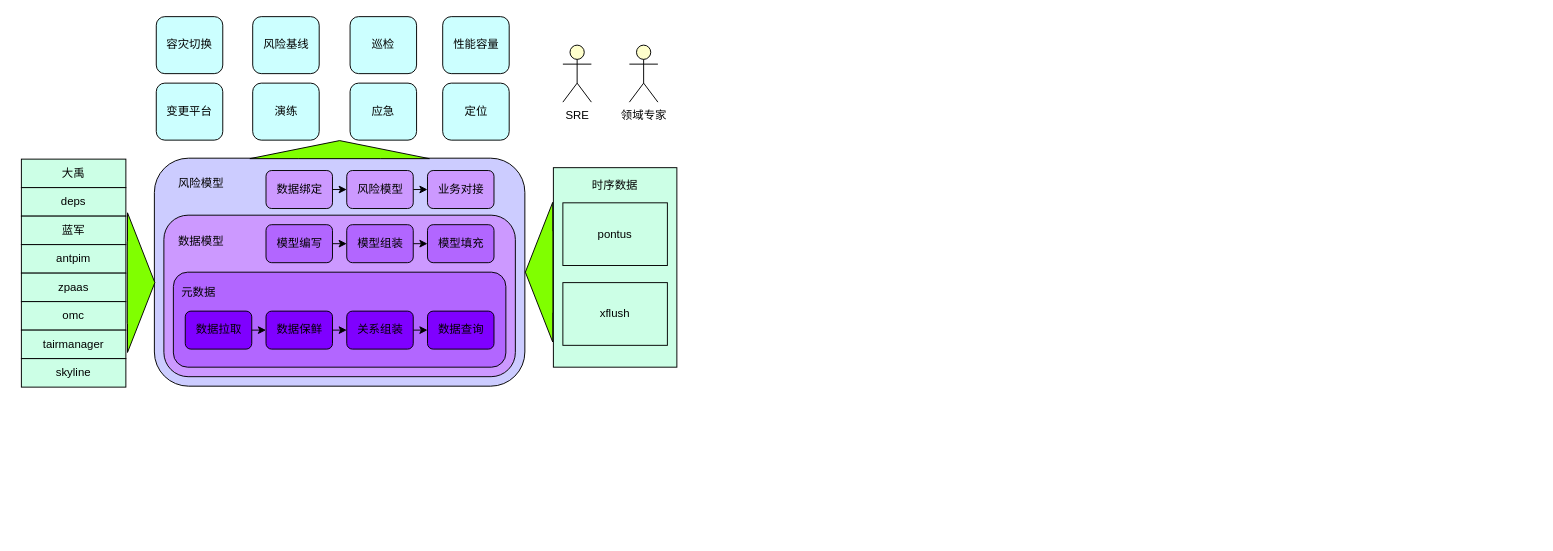
Earlier version of the draw.io diagram 元数据模型.drawio (frankneu/draw.io). Source tidied: cells renumbered, new cells numbered last; positions are measured from the earlier drawing's top-left corner, leaving out a move shared by most shapes. Both pictures are drawn from the tidied source at 95%, with x=0, y=0 at pixel (21, 16).
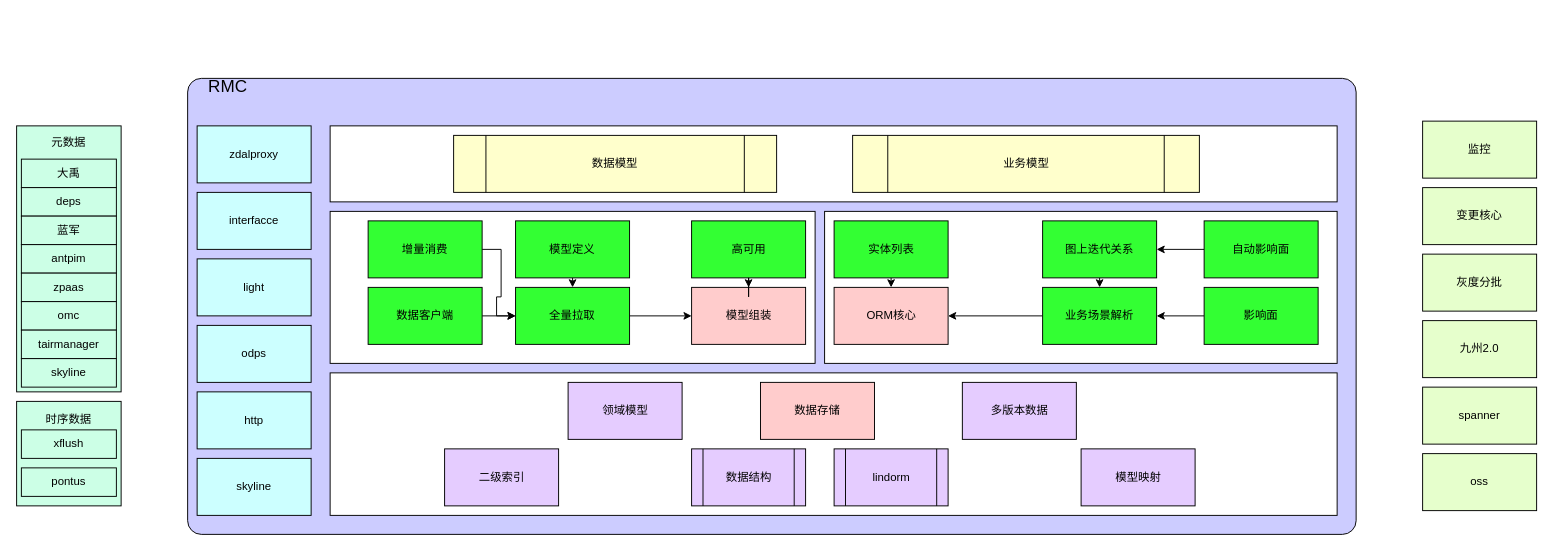
The same page after the edit.

Commit message:
Update 元数据模型.drawio

Diff of the diagram source:
```diff
@@
+    <mxCell id="46" value="&amp;nbsp; &amp;nbsp; &amp;nbsp; &lt;font style=&quot;font-size: 18px&quot;&gt;RMC&lt;/font&gt;&lt;br&gt;&lt;br&gt;&lt;br&gt;&lt;br&gt;&lt;br&gt;&lt;br&gt;&lt;br&gt;&lt;br&gt;&lt;br&gt;&lt;br&gt;&lt;br&gt;&lt;br&gt;&lt;br&gt;&lt;br&gt;&lt;br&gt;&lt;br&gt;&lt;br&gt;&lt;br&gt;&lt;br&gt;&lt;br&gt;&lt;br&gt;&lt;br&gt;&lt;br&gt;&lt;br&gt;&lt;br&gt;&lt;br&gt;&lt;br&gt;&lt;br&gt;&lt;br&gt;&lt;br&gt;&lt;br&gt;&lt;br&gt;&lt;br&gt;" style="rounded=1;whiteSpace=wrap;html=1;align=left;fillColor=#CCCCFF;arcSize=3;" parent="1" vertex="1">
+      <mxGeometry x="175" y="65" width="1230" height="480" as="geometry" />
+    </mxCell>
+    <mxCell id="9" value="元数据&lt;br&gt;&lt;br&gt;&lt;br&gt;&lt;br&gt;&lt;br&gt;&lt;br&gt;&lt;br&gt;&lt;br&gt;&lt;br&gt;&lt;br&gt;&lt;br&gt;&lt;br&gt;&lt;br&gt;&lt;br&gt;&lt;br&gt;&lt;br&gt;&lt;br&gt;&lt;br&gt;" style="rounded=0;whiteSpace=wrap;html=1;fillColor=#CCFFE6;" parent="1" vertex="1">
+      <mxGeometry x="-5" y="115" width="110" height="280" as="geometry" />
+    </mxCell>
-    <mxCell id="2" value="时序数据&lt;br&gt;&lt;br&gt;&lt;br&gt;&lt;br&gt;&lt;br&gt;&lt;br&gt;&lt;br&gt;&lt;br&gt;&lt;br&gt;&lt;br&gt;&lt;br&gt;&lt;br&gt;&lt;br&gt;" style="rounded=0;whiteSpace=wrap;html=1;fillColor=#CCFFE6;" parent="1" vertex="1">
-      <mxGeometry x="560" y="159" width="130" height="210" as="geometry" />
+    <mxCell id="2" value="时序数据&lt;br&gt;&lt;br&gt;&lt;br&gt;&lt;br&gt;&lt;br&gt;&lt;br&gt;" style="rounded=0;whiteSpace=wrap;html=1;fillColor=#CCFFE6;" parent="1" vertex="1">
+      <mxGeometry x="-5" y="405" width="110" height="110" as="geometry" />
     </mxCell>
-    <mxCell id="3" value="&amp;nbsp; &amp;nbsp; &amp;nbsp; &amp;nbsp;风险模型&lt;br&gt;&lt;br&gt;&lt;br&gt;&lt;br&gt;&lt;br&gt;&lt;br&gt;&lt;br&gt;&lt;br&gt;&lt;br&gt;&lt;br&gt;&lt;br&gt;&lt;br&gt;&lt;br&gt;&lt;br&gt;" style="rounded=1;whiteSpace=wrap;html=1;align=left;fillColor=#CCCCFF;" parent="1" vertex="1">
-      <mxGeometry x="140" y="149" width="390" height="240" as="geometry" />
-    </mxCell>
-    <mxCell id="4" value="变更平台" style="rounded=1;whiteSpace=wrap;html=1;fillColor=#CCFFFF;" parent="1" vertex="1">
-      <mxGeometry x="142" y="70" width="70" height="60" as="geometry" />
-    </mxCell>
-    <mxCell id="5" value="定位" style="rounded=1;whiteSpace=wrap;html=1;fillColor=#CCFFFF;" parent="1" vertex="1">
-      <mxGeometry x="443.5" y="70" width="70" height="60" as="geometry" />
-    </mxCell>
-    <mxCell id="6" value="巡检" style="rounded=1;whiteSpace=wrap;html=1;fillColor=#CCFFFF;" parent="1" vertex="1">
-      <mxGeometry x="346" width="70" height="60" as="geometry" />
-    </mxCell>
-    <mxCell id="7" value="风险基线" style="rounded=1;whiteSpace=wrap;html=1;fillColor=#CCFFFF;" parent="1" vertex="1">
-      <mxGeometry x="243.5" width="70" height="60" as="geometry" />
-    </mxCell>
-    <mxCell id="8" value="&amp;nbsp; &amp;nbsp; 数据模型&lt;br&gt;&amp;nbsp; &amp;nbsp;&amp;nbsp;&lt;br&gt;&lt;br&gt;&lt;br&gt;&lt;br&gt;&lt;br&gt;&lt;br&gt;&lt;br&gt;&lt;br&gt;" style="rounded=1;whiteSpace=wrap;html=1;align=left;fillColor=#CC99FF;" parent="1" vertex="1">
-      <mxGeometry x="150" y="209" width="370" height="170" as="geometry" />
-    </mxCell>
-    <mxCell id="9" value="&amp;nbsp; 元数据&lt;br&gt;&lt;br&gt;&lt;br&gt;&lt;br&gt;&lt;br&gt;" style="rounded=1;whiteSpace=wrap;html=1;align=left;fillColor=#B266FF;" parent="1" vertex="1">
-      <mxGeometry x="160" y="269" width="350" height="100" as="geometry" />
-    </mxCell>
     <mxCell id="10" value="大禹" style="rounded=0;whiteSpace=wrap;html=1;fillColor=#CCFFE6;" parent="1" vertex="1">
-      <mxGeometry y="150" width="110" height="30" as="geometry" />
+      <mxGeometry y="150" width="100" height="30" as="geometry" />
     </mxCell>
     <mxCell id="11" value="deps" style="rounded=0;whiteSpace=wrap;html=1;fillColor=#CCFFE6;" parent="1" vertex="1">
-      <mxGeometry y="180" width="110" height="30" as="geometry" />
+      <mxGeometry y="180" width="100" height="30" as="geometry" />
     </mxCell>
     <mxCell id="12" value="蓝军" style="rounded=0;whiteSpace=wrap;html=1;fillColor=#CCFFE6;" parent="1" vertex="1">
-      <mxGeometry y="210" width="110" height="30" as="geometry" />
+      <mxGeometry y="210" width="100" height="30" as="geometry" />
     </mxCell>
     <mxCell id="13" value="antpim" style="rounded=0;whiteSpace=wrap;html=1;fillColor=#CCFFE6;" parent="1" vertex="1">
-      <mxGeometry y="240" width="110" height="30" as="geometry" />
+      <mxGeometry y="240" width="100" height="30" as="geometry" />
     </mxCell>
     <mxCell id="14" value="zpaas" style="rounded=0;whiteSpace=wrap;html=1;fillColor=#CCFFE6;" parent="1" vertex="1">
-      <mxGeometry y="270" width="110" height="30" as="geometry" />
+      <mxGeometry y="270" width="100" height="30" as="geometry" />
     </mxCell>
     <mxCell id="15" value="omc" style="rounded=0;whiteSpace=wrap;html=1;fillColor=#CCFFE6;" parent="1" vertex="1">
-      <mxGeometry y="300" width="110" height="30" as="geometry" />
+      <mxGeometry y="300" width="100" height="30" as="geometry" />
     </mxCell>
     <mxCell id="16" value="tairmanager" style="rounded=0;whiteSpace=wrap;html=1;fillColor=#CCFFE6;" parent="1" vertex="1">
-      <mxGeometry y="330" width="110" height="30" as="geometry" />
+      <mxGeometry y="330" width="100" height="30" as="geometry" />
     </mxCell>
     <mxCell id="17" value="skyline" style="rounded=0;whiteSpace=wrap;html=1;fillColor=#CCFFE6;" parent="1" vertex="1">
-      <mxGeometry y="360" width="110" height="30" as="geometry" />
+      <mxGeometry y="360" width="100" height="30" as="geometry" />
     </mxCell>
-    <mxCell id="18" value="SRE" style="shape=umlActor;verticalLabelPosition=bottom;labelBackgroundColor=#ffffff;verticalAlign=top;html=1;fillColor=#FFFFCC;" parent="1" vertex="1">
-      <mxGeometry x="570" y="30" width="30" height="60" as="geometry" />
-    </mxCell>
-    <mxCell id="19" value="领域专家" style="shape=umlActor;verticalLabelPosition=bottom;labelBackgroundColor=#ffffff;verticalAlign=top;html=1;fillColor=#FFFFCC;" parent="1" vertex="1">
-      <mxGeometry x="640" y="30" width="30" height="60" as="geometry" />
-    </mxCell>
-    <mxCell id="20" value="容灾切换" style="rounded=1;whiteSpace=wrap;html=1;fillColor=#CCFFFF;" parent="1" vertex="1">
-      <mxGeometry x="142" width="70" height="60" as="geometry" />
-    </mxCell>
-    <mxCell id="21" value="性能容量" style="rounded=1;whiteSpace=wrap;html=1;fillColor=#CCFFFF;" parent="1" vertex="1">
-      <mxGeometry x="443.5" width="70" height="60" as="geometry" />
-    </mxCell>
-    <mxCell id="22" value="应急" style="rounded=1;whiteSpace=wrap;html=1;fillColor=#CCFFFF;" parent="1" vertex="1">
-      <mxGeometry x="346" y="70" width="70" height="60" as="geometry" />
-    </mxCell>
-    <mxCell id="23" value="演练" style="rounded=1;whiteSpace=wrap;html=1;fillColor=#CCFFFF;" parent="1" vertex="1">
-      <mxGeometry x="243.5" y="70" width="70" height="60" as="geometry" />
-    </mxCell>
-    <mxCell id="24" style="shape=flexArrow;endArrow=classic;html=1;endWidth=60;endSize=9.26;width=86;fillColor=#80FF00;" parent="1" edge="1">
-      <mxGeometry relative="1" as="geometry">
-        <mxPoint x="111" y="280" as="sourcePoint" />
-        <mxPoint x="141" y="280" as="targetPoint" />
-      </mxGeometry>
-    </mxCell>
-    <mxCell id="25" style="shape=flexArrow;endArrow=classic;html=1;endWidth=102;endSize=6;width=86;fillColor=#80FF00;" parent="1" edge="1">
-      <mxGeometry relative="1" as="geometry">
-        <mxPoint x="335" y="150" as="sourcePoint" />
-        <mxPoint x="335" y="130" as="targetPoint" />
-      </mxGeometry>
-    </mxCell>
-    <mxCell id="26" style="edgeStyle=orthogonalEdgeStyle;rounded=0;jettySize=auto;html=1;exitX=1;exitY=0.5;exitDx=0;exitDy=0;entryX=0;entryY=0.5;entryDx=0;entryDy=0;fillColor=#80FF00;" parent="1" edge="1" source="27" target="29">
-      <mxGeometry relative="1" as="geometry" />
-    </mxCell>
-    <mxCell id="27" value="数据拉取" style="rounded=1;whiteSpace=wrap;html=1;fillColor=#7F00FF;" parent="1" vertex="1">
-      <mxGeometry x="172.5" y="310" width="70" height="40" as="geometry" />
-    </mxCell>
-    <mxCell id="28" style="edgeStyle=orthogonalEdgeStyle;rounded=0;jettySize=auto;html=1;exitX=1;exitY=0.5;exitDx=0;exitDy=0;entryX=0;entryY=0.5;entryDx=0;entryDy=0;fillColor=#80FF00;" parent="1" edge="1" source="29" target="31">
-      <mxGeometry relative="1" as="geometry" />
-    </mxCell>
-    <mxCell id="29" value="数据保鲜" style="rounded=1;whiteSpace=wrap;html=1;fillColor=#7F00FF;" parent="1" vertex="1">
-      <mxGeometry x="257.5" y="310" width="70" height="40" as="geometry" />
-    </mxCell>
-    <mxCell id="30" style="edgeStyle=orthogonalEdgeStyle;rounded=0;jettySize=auto;html=1;exitX=1;exitY=0.5;exitDx=0;exitDy=0;entryX=0;entryY=0.5;entryDx=0;entryDy=0;fillColor=#80FF00;" parent="1" edge="1" source="31" target="32">
-      <mxGeometry relative="1" as="geometry" />
-    </mxCell>
-    <mxCell id="31" value="关系组装" style="rounded=1;whiteSpace=wrap;html=1;fillColor=#7F00FF;" parent="1" vertex="1">
-      <mxGeometry x="342.5" y="310" width="70" height="40" as="geometry" />
-    </mxCell>
-    <mxCell id="32" value="数据查询" style="rounded=1;whiteSpace=wrap;html=1;fillColor=#7F00FF;" parent="1" vertex="1">
-      <mxGeometry x="427.5" y="310" width="70" height="40" as="geometry" />
-    </mxCell>
-    <mxCell id="33" value="模型填充" style="rounded=1;whiteSpace=wrap;html=1;fillColor=#B266FF;" parent="1" vertex="1">
-      <mxGeometry x="427.5" y="219" width="70" height="40" as="geometry" />
-    </mxCell>
-    <mxCell id="34" style="edgeStyle=orthogonalEdgeStyle;rounded=0;jettySize=auto;html=1;exitX=1;exitY=0.5;exitDx=0;exitDy=0;entryX=0;entryY=0.5;entryDx=0;entryDy=0;fillColor=#80FF00;" parent="1" edge="1" source="35" target="37">
-      <mxGeometry relative="1" as="geometry" />
-    </mxCell>
-    <mxCell id="35" value="模型编写" style="rounded=1;whiteSpace=wrap;html=1;fillColor=#B266FF;" parent="1" vertex="1">
-      <mxGeometry x="257.5" y="219" width="70" height="40" as="geometry" />
-    </mxCell>
-    <mxCell id="36" style="edgeStyle=orthogonalEdgeStyle;rounded=0;jettySize=auto;html=1;exitX=1;exitY=0.5;exitDx=0;exitDy=0;entryX=0;entryY=0.5;entryDx=0;entryDy=0;fillColor=#80FF00;" parent="1" edge="1" source="37" target="33">
-      <mxGeometry relative="1" as="geometry" />
-    </mxCell>
-    <mxCell id="37" value="模型组装" style="rounded=1;whiteSpace=wrap;html=1;fillColor=#B266FF;" parent="1" vertex="1">
-      <mxGeometry x="342.5" y="219" width="70" height="40" as="geometry" />
-    </mxCell>
-    <mxCell id="38" style="edgeStyle=orthogonalEdgeStyle;rounded=0;jettySize=auto;html=1;exitX=1;exitY=0.5;exitDx=0;exitDy=0;entryX=0;entryY=0.5;entryDx=0;entryDy=0;fillColor=#CC99FF;" parent="1" edge="1" source="39" target="41">
-      <mxGeometry relative="1" as="geometry" />
-    </mxCell>
-    <mxCell id="39" value="数据绑定" style="rounded=1;whiteSpace=wrap;html=1;fillColor=#CC99FF;" parent="1" vertex="1">
-      <mxGeometry x="257.5" y="162" width="70" height="40" as="geometry" />
-    </mxCell>
-    <mxCell id="40" style="edgeStyle=orthogonalEdgeStyle;rounded=0;jettySize=auto;html=1;exitX=1;exitY=0.5;exitDx=0;exitDy=0;entryX=0;entryY=0.5;entryDx=0;entryDy=0;fillColor=#CC99FF;" parent="1" edge="1" source="41" target="42">
-      <mxGeometry relative="1" as="geometry" />
-    </mxCell>
-    <mxCell id="41" value="风险模型" style="rounded=1;whiteSpace=wrap;html=1;fillColor=#CC99FF;" parent="1" vertex="1">
-      <mxGeometry x="342.5" y="162" width="70" height="40" as="geometry" />
-    </mxCell>
-    <mxCell id="42" value="业务对接" style="rounded=1;whiteSpace=wrap;html=1;fillColor=#CC99FF;" parent="1" vertex="1">
-      <mxGeometry x="427.5" y="162" width="70" height="40" as="geometry" />
-    </mxCell>
     <mxCell id="43" value="pontus" style="rounded=0;whiteSpace=wrap;html=1;fillColor=#CCFFE6;" parent="1" vertex="1">
-      <mxGeometry x="570" y="196" width="110" height="66" as="geometry" />
+      <mxGeometry y="475" width="100" height="30" as="geometry" />
     </mxCell>
     <mxCell id="44" value="xflush" style="rounded=0;whiteSpace=wrap;html=1;fillColor=#CCFFE6;" parent="1" vertex="1">
-      <mxGeometry x="570" y="280" width="110" height="66" as="geometry" />
+      <mxGeometry y="435" width="100" height="30" as="geometry" />
     </mxCell>
-    <mxCell id="45" style="shape=flexArrow;endArrow=classic;html=1;endWidth=60;endSize=9.26;width=86;fillColor=#80FF00;entryX=1;entryY=0.5;entryDx=0;entryDy=0;" parent="1" edge="1" target="3">
-      <mxGeometry relative="1" as="geometry">
-        <mxPoint x="560" y="269" as="sourcePoint" />
-      </mxGeometry>
-    </mxCell>
+    <mxCell id="47" style="rounded=0;whiteSpace=wrap;html=1;" parent="1" vertex="1">
+      <mxGeometry x="325" y="115" width="1060" height="80" as="geometry" />
+    </mxCell>
+    <mxCell id="48" style="rounded=0;whiteSpace=wrap;html=1;" parent="1" vertex="1">
+      <mxGeometry x="845.5" y="205" width="539.5" height="160" as="geometry" />
+    </mxCell>
+    <mxCell id="49" style="rounded=0;whiteSpace=wrap;html=1;" parent="1" vertex="1">
+      <mxGeometry x="325" y="375" width="1060" height="150" as="geometry" />
+    </mxCell>
+    <mxCell id="50" style="rounded=0;whiteSpace=wrap;html=1;" parent="1" vertex="1">
+      <mxGeometry x="325" y="205" width="510.5" height="160" as="geometry" />
+    </mxCell>
+    <mxCell id="51" style="edgeStyle=orthogonalEdgeStyle;rounded=0;jettySize=auto;html=1;exitX=1;exitY=0.5;exitDx=0;exitDy=0;entryX=0;entryY=0.5;entryDx=0;entryDy=0;" parent="1" edge="1" source="52" target="58">
+      <mxGeometry relative="1" as="geometry" />
+    </mxCell>
+    <mxCell id="52" value="增量消费" style="rounded=0;whiteSpace=wrap;html=1;fillColor=#33FF33;" parent="1" vertex="1">
+      <mxGeometry x="365" y="215" width="120" height="60" as="geometry" />
+    </mxCell>
+    <mxCell id="53" style="edgeStyle=orthogonalEdgeStyle;rounded=0;jettySize=auto;html=1;exitX=1;exitY=0.5;exitDx=0;exitDy=0;entryX=0;entryY=0.5;entryDx=0;entryDy=0;" parent="1" edge="1" source="54" target="58">
+      <mxGeometry relative="1" as="geometry" />
+    </mxCell>
+    <mxCell id="54" value="数据客户端" style="rounded=0;whiteSpace=wrap;html=1;fillColor=#33FF33;" parent="1" vertex="1">
+      <mxGeometry x="365" y="285" width="120" height="60" as="geometry" />
+    </mxCell>
+    <mxCell id="55" style="edgeStyle=orthogonalEdgeStyle;rounded=0;jettySize=auto;html=1;exitX=0.5;exitY=1;exitDx=0;exitDy=0;entryX=0.5;entryY=0;entryDx=0;entryDy=0;" parent="1" edge="1" source="56" target="58">
+      <mxGeometry relative="1" as="geometry" />
+    </mxCell>
+    <mxCell id="56" value="模型定义" style="rounded=0;whiteSpace=wrap;html=1;fillColor=#33FF33;" parent="1" vertex="1">
+      <mxGeometry x="520.2" y="215" width="120" height="60" as="geometry" />
+    </mxCell>
+    <mxCell id="57" style="edgeStyle=orthogonalEdgeStyle;rounded=0;jettySize=auto;html=1;exitX=1;exitY=0.5;exitDx=0;exitDy=0;entryX=0;entryY=0.5;entryDx=0;entryDy=0;" parent="1" edge="1" source="58" target="37">
+      <mxGeometry relative="1" as="geometry" />
+    </mxCell>
+    <mxCell id="58" value="全量拉取" style="rounded=0;whiteSpace=wrap;html=1;fillColor=#33FF33;" parent="1" vertex="1">
+      <mxGeometry x="520.2" y="285" width="120" height="60" as="geometry" />
+    </mxCell>
+    <mxCell id="37" value="模型组装" style="rounded=0;whiteSpace=wrap;html=1;fillColor=#FFCCCC;" parent="1" vertex="1">
+      <mxGeometry x="705.5" y="285" width="120" height="60" as="geometry" />
+    </mxCell>
+    <mxCell id="59" value="数据存储" style="rounded=0;whiteSpace=wrap;html=1;fillColor=#FFCCCC;" parent="1" vertex="1">
+      <mxGeometry x="778" y="385" width="120" height="60" as="geometry" />
+    </mxCell>
+    <mxCell id="60" value="ORM核心" style="rounded=0;whiteSpace=wrap;html=1;fillColor=#FFCCCC;" parent="1" vertex="1">
+      <mxGeometry x="855.5" y="285" width="120" height="60" as="geometry" />
+    </mxCell>
+    <mxCell id="61" style="edgeStyle=orthogonalEdgeStyle;rounded=0;jettySize=auto;html=1;exitX=0;exitY=0.5;exitDx=0;exitDy=0;entryX=1;entryY=0.5;entryDx=0;entryDy=0;" parent="1" edge="1" source="62" target="60">
+      <mxGeometry relative="1" as="geometry" />
+    </mxCell>
+    <mxCell id="62" value="业务场景解析" style="rounded=0;whiteSpace=wrap;html=1;fillColor=#33FF33;" parent="1" vertex="1">
+      <mxGeometry x="1075" y="285" width="120" height="60" as="geometry" />
+    </mxCell>
+    <mxCell id="63" style="edgeStyle=orthogonalEdgeStyle;rounded=0;jettySize=auto;html=1;exitX=0;exitY=0.5;exitDx=0;exitDy=0;" parent="1" edge="1" source="64" target="62">
+      <mxGeometry relative="1" as="geometry" />
+    </mxCell>
+    <mxCell id="64" value="影响面" style="rounded=0;whiteSpace=wrap;html=1;fillColor=#33FF33;" parent="1" vertex="1">
+      <mxGeometry x="1245" y="285" width="120" height="60" as="geometry" />
+    </mxCell>
+    <mxCell id="65" value="二级索引" style="rounded=0;whiteSpace=wrap;html=1;fillColor=#E5CCFF;" parent="1" vertex="1">
+      <mxGeometry x="445.5" y="455" width="120" height="60" as="geometry" />
+    </mxCell>
+    <mxCell id="66" value="模型映射" style="rounded=0;whiteSpace=wrap;html=1;fillColor=#E5CCFF;" parent="1" vertex="1">
+      <mxGeometry x="1115.5" y="455" width="120" height="60" as="geometry" />
+    </mxCell>
+    <mxCell id="67" style="edgeStyle=orthogonalEdgeStyle;rounded=0;jettySize=auto;html=1;exitX=0.5;exitY=1;exitDx=0;exitDy=0;entryX=0.5;entryY=0;entryDx=0;entryDy=0;" parent="1" edge="1" source="68" target="60">
+      <mxGeometry relative="1" as="geometry" />
+    </mxCell>
+    <mxCell id="68" value="实体列表" style="rounded=0;whiteSpace=wrap;html=1;fillColor=#33FF33;" parent="1" vertex="1">
+      <mxGeometry x="855.5" y="215" width="120" height="60" as="geometry" />
+    </mxCell>
+    <mxCell id="69" style="edgeStyle=orthogonalEdgeStyle;rounded=0;jettySize=auto;html=1;exitX=0.5;exitY=1;exitDx=0;exitDy=0;entryX=0.5;entryY=0;entryDx=0;entryDy=0;" parent="1" edge="1" source="70" target="62">
+      <mxGeometry relative="1" as="geometry" />
+    </mxCell>
+    <mxCell id="70" value="图上迭代关系" style="rounded=0;whiteSpace=wrap;html=1;fillColor=#33FF33;" parent="1" vertex="1">
+      <mxGeometry x="1075" y="215" width="120" height="60" as="geometry" />
+    </mxCell>
+    <mxCell id="8" value="数据模型" style="shape=process;whiteSpace=wrap;html=1;backgroundOutline=1;fillColor=#FFFFCC;" parent="1" vertex="1">
+      <mxGeometry x="455" y="125" width="340" height="60" as="geometry" />
+    </mxCell>
+    <mxCell id="71" value="业务模型" style="shape=process;whiteSpace=wrap;html=1;backgroundOutline=1;fillColor=#FFFFCC;" parent="1" vertex="1">
+      <mxGeometry x="875" y="125" width="365" height="60" as="geometry" />
+    </mxCell>
+    <mxCell id="72" value="数据结构" style="shape=process;whiteSpace=wrap;html=1;backgroundOutline=1;fillColor=#E5CCFF;" parent="1" vertex="1">
+      <mxGeometry x="705.5" y="455" width="120" height="60" as="geometry" />
+    </mxCell>
+    <mxCell id="73" style="edgeStyle=orthogonalEdgeStyle;rounded=0;jettySize=auto;html=1;exitX=0.5;exitY=1;exitDx=0;exitDy=0;" parent="1" edge="1" source="74" target="37">
+      <mxGeometry relative="1" as="geometry" />
+    </mxCell>
+    <mxCell id="74" value="高可用" style="rounded=0;whiteSpace=wrap;html=1;fillColor=#33FF33;" parent="1" vertex="1">
+      <mxGeometry x="705.5" y="215" width="120" height="60" as="geometry" />
+    </mxCell>
+    <mxCell id="75" style="edgeStyle=orthogonalEdgeStyle;rounded=0;jettySize=auto;html=1;exitX=0;exitY=0.5;exitDx=0;exitDy=0;" parent="1" edge="1" source="76" target="70">
+      <mxGeometry relative="1" as="geometry" />
+    </mxCell>
+    <mxCell id="76" value="自动影响面" style="rounded=0;whiteSpace=wrap;html=1;fillColor=#33FF33;" parent="1" vertex="1">
+      <mxGeometry x="1245" y="215" width="120" height="60" as="geometry" />
+    </mxCell>
+    <mxCell id="77" value="领域模型" style="rounded=0;whiteSpace=wrap;html=1;fillColor=#E5CCFF;" parent="1" vertex="1">
+      <mxGeometry x="575.5" y="385" width="120" height="60" as="geometry" />
+    </mxCell>
+    <mxCell id="78" value="多版本数据" style="rounded=0;whiteSpace=wrap;html=1;fillColor=#E5CCFF;" parent="1" vertex="1">
+      <mxGeometry x="990.5" y="385" width="120" height="60" as="geometry" />
+    </mxCell>
+    <mxCell id="79" value="监控" style="rounded=0;whiteSpace=wrap;html=1;fillColor=#E6FFCC;" parent="1" vertex="1">
+      <mxGeometry x="1475" y="110" width="120" height="60" as="geometry" />
+    </mxCell>
+    <mxCell id="80" value="变更核心" style="rounded=0;whiteSpace=wrap;html=1;fillColor=#E6FFCC;" parent="1" vertex="1">
+      <mxGeometry x="1475" y="180" width="120" height="60" as="geometry" />
+    </mxCell>
+    <mxCell id="81" value="灰度分批" style="rounded=0;whiteSpace=wrap;html=1;fillColor=#E6FFCC;" parent="1" vertex="1">
+      <mxGeometry x="1475" y="250" width="120" height="60" as="geometry" />
+    </mxCell>
+    <mxCell id="82" value="九州2.0" style="rounded=0;whiteSpace=wrap;html=1;fillColor=#E6FFCC;" parent="1" vertex="1">
+      <mxGeometry x="1475" y="320" width="120" height="60" as="geometry" />
+    </mxCell>
+    <mxCell id="83" value="spanner" style="rounded=0;whiteSpace=wrap;html=1;fillColor=#E6FFCC;" parent="1" vertex="1">
+      <mxGeometry x="1475" y="390" width="120" height="60" as="geometry" />
+    </mxCell>
+    <mxCell id="84" value="oss" style="rounded=0;whiteSpace=wrap;html=1;fillColor=#E6FFCC;" parent="1" vertex="1">
+      <mxGeometry x="1475" y="460" width="120" height="60" as="geometry" />
+    </mxCell>
+    <mxCell id="85" value="lindorm" style="shape=process;whiteSpace=wrap;html=1;backgroundOutline=1;fillColor=#E5CCFF;" parent="1" vertex="1">
+      <mxGeometry x="855.5" y="455" width="120" height="60" as="geometry" />
+    </mxCell>
+    <mxCell id="86" value="zdalproxy" style="rounded=0;whiteSpace=wrap;html=1;fillColor=#CCFFFF;" parent="1" vertex="1">
+      <mxGeometry x="185" y="115" width="120" height="60" as="geometry" />
+    </mxCell>
+    <mxCell id="87" value="interfacce" style="rounded=0;whiteSpace=wrap;html=1;fillColor=#CCFFFF;" parent="1" vertex="1">
+      <mxGeometry x="185" y="185" width="120" height="60" as="geometry" />
+    </mxCell>
+    <mxCell id="88" value="light" style="rounded=0;whiteSpace=wrap;html=1;fillColor=#CCFFFF;" parent="1" vertex="1">
+      <mxGeometry x="185" y="255" width="120" height="60" as="geometry" />
+    </mxCell>
+    <mxCell id="89" value="odps" style="rounded=0;whiteSpace=wrap;html=1;fillColor=#CCFFFF;" parent="1" vertex="1">
+      <mxGeometry x="185" y="325" width="120" height="60" as="geometry" />
+    </mxCell>
+    <mxCell id="90" value="http" style="rounded=0;whiteSpace=wrap;html=1;fillColor=#CCFFFF;" parent="1" vertex="1">
+      <mxGeometry x="185" y="395" width="120" height="60" as="geometry" />
+    </mxCell>
+    <mxCell id="91" value="skyline" style="rounded=0;whiteSpace=wrap;html=1;fillColor=#CCFFFF;" parent="1" vertex="1">
+      <mxGeometry x="185" y="465" width="120" height="60" as="geometry" />
+    </mxCell>
```
